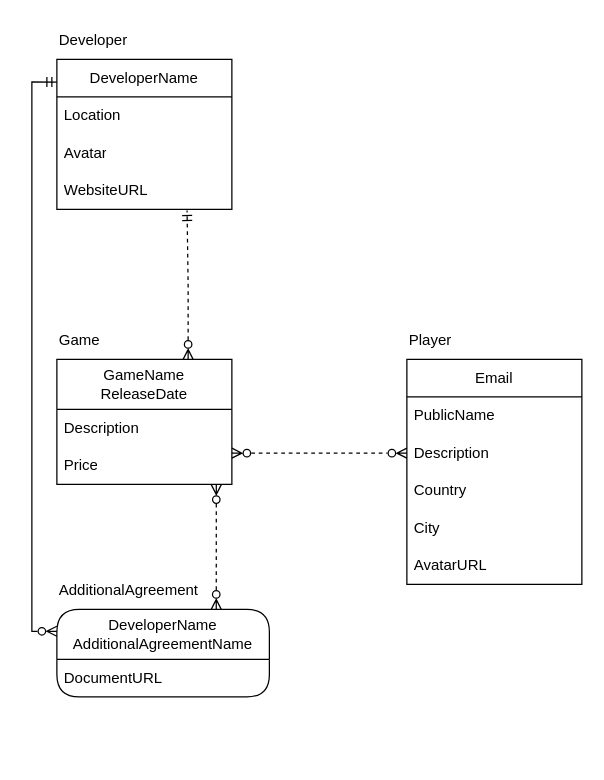
This is lab1.drawio from darleet/iu9-db, a draw.io file, before an edit. Source tidied: cells renumbered, new cells numbered last; positions are measured from the earlier drawing's top-left corner, leaving out a move shared by most shapes. Both pictures are drawn from the tidied source at 125%, with x=0, y=0 at pixel (56, 21).
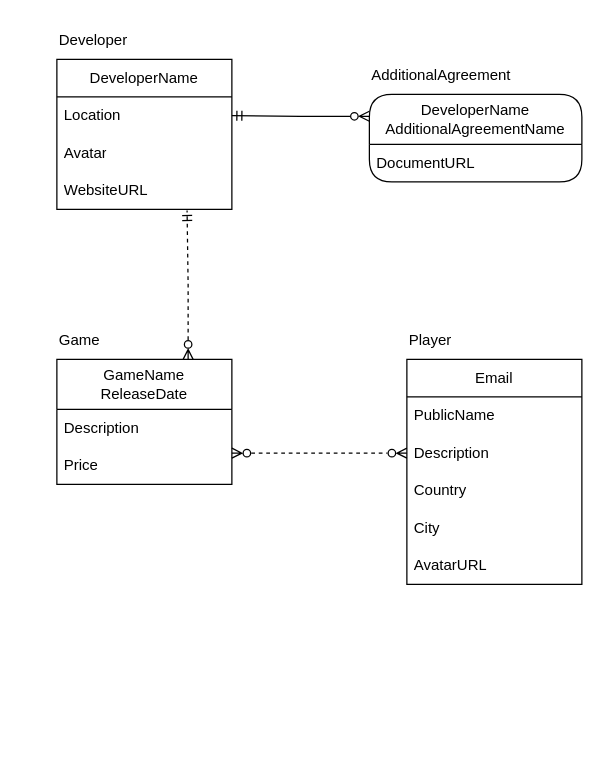
Above is the later version.

The change refers to these unchanged cells:
```xml
<mxCell id="3" value="DeveloperName" style="swimlane;fontStyle=0;horizontal=1;startSize=30;whiteSpace=wrap;html=1;" parent="2" vertex="1">
  <mxGeometry y="30" width="140" height="120" as="geometry" />
</mxCell>
<mxCell id="4" value="Location" style="text;strokeColor=none;fillColor=none;align=left;verticalAlign=middle;spacingLeft=4;spacingRight=4;overflow=hidden;points=[[0,0.5],[1,0.5]];portConstraint=eastwest;whiteSpace=wrap;html=1;" parent="3" vertex="1">
  <mxGeometry y="30" width="140" height="30" as="geometry" />
</mxCell>
<mxCell id="11" value="Price" style="text;strokeColor=none;fillColor=none;align=left;verticalAlign=middle;spacingLeft=4;spacingRight=4;overflow=hidden;points=[[0,0.5],[1,0.5]];portConstraint=eastwest;whiteSpace=wrap;html=1;" parent="9" vertex="1">
  <mxGeometry y="70" width="140" height="30" as="geometry" />
</mxCell>
<mxCell id="24" value="&lt;div&gt;DeveloperName&lt;/div&gt;&lt;div&gt;AdditionalAgreementName&lt;br&gt;&lt;/div&gt;" style="swimlane;fontStyle=0;horizontal=1;startSize=40;whiteSpace=wrap;html=1;rounded=1;" parent="23" vertex="1">
  <mxGeometry y="30" width="170" height="70" as="geometry" />
</mxCell>
```

Diff of the diagram source:
```diff
@@
     <mxCell id="23" style="group;rounded=0;" parent="1" vertex="1">
-      <mxGeometry y="440" width="170" height="150" as="geometry" />
+      <mxGeometry x="250" y="28" width="170" height="150" as="geometry" />
     </mxCell>
@@
-    <mxCell id="27" style="edgeStyle=orthogonalEdgeStyle;rounded=0;jettySize=auto;html=1;exitX=0;exitY=0.25;exitDx=0;exitDy=0;entryX=0;entryY=0.151;entryDx=0;entryDy=0;entryPerimeter=0;startArrow=ERzeroToMany;startFill=0;endArrow=ERmandOne;endFill=0;" parent="1" edge="1" source="24" target="3">
+    <mxCell id="27" style="edgeStyle=orthogonalEdgeStyle;rounded=0;jettySize=auto;html=1;exitX=0;exitY=0.25;exitDx=0;exitDy=0;startArrow=ERzeroToMany;startFill=0;endArrow=ERmandOne;endFill=0;entryX=1;entryY=0.5;entryDx=0;entryDy=0;" parent="1" edge="1" source="24" target="4">
       <mxGeometry relative="1" as="geometry" />
     </mxCell>
-    <mxCell id="28" style="edgeStyle=orthogonalEdgeStyle;rounded=0;jettySize=auto;html=1;exitX=0.75;exitY=0;exitDx=0;exitDy=0;entryX=0.911;entryY=1.006;entryDx=0;entryDy=0;entryPerimeter=0;dashed=1;startArrow=ERzeroToMany;startFill=0;endArrow=ERzeroToMany;endFill=0;" parent="1" edge="1" source="24" target="11">
-      <mxGeometry relative="1" as="geometry" />
-    </mxCell>
```
